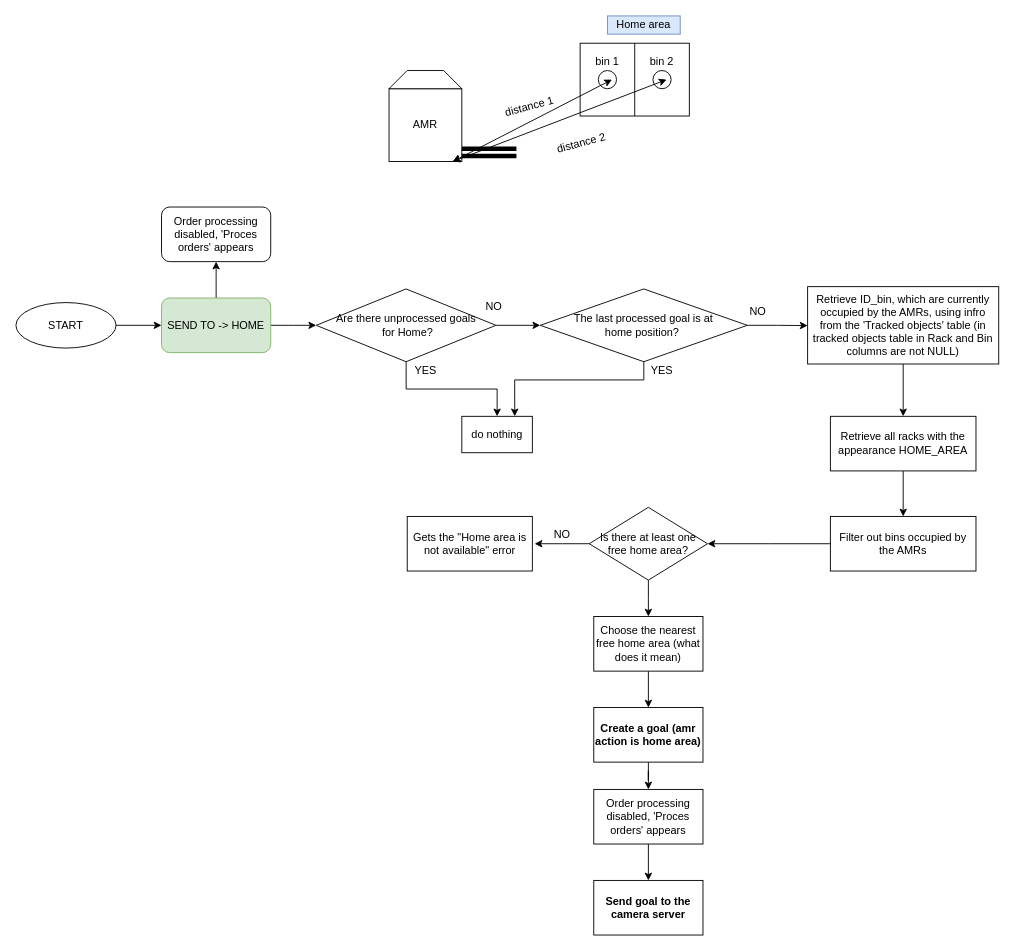
The draw.io diagram Untitled Diagram.drawio in SvitlanaKrasilchuk/test_repo, before the edit. Source tidied: cells renumbered, new cells numbered last; positions are measured from the earlier drawing's top-left corner, leaving out a move shared by most shapes. Both pictures are drawn from the tidied source at 91%, with x=0, y=0 at pixel (15, 15).
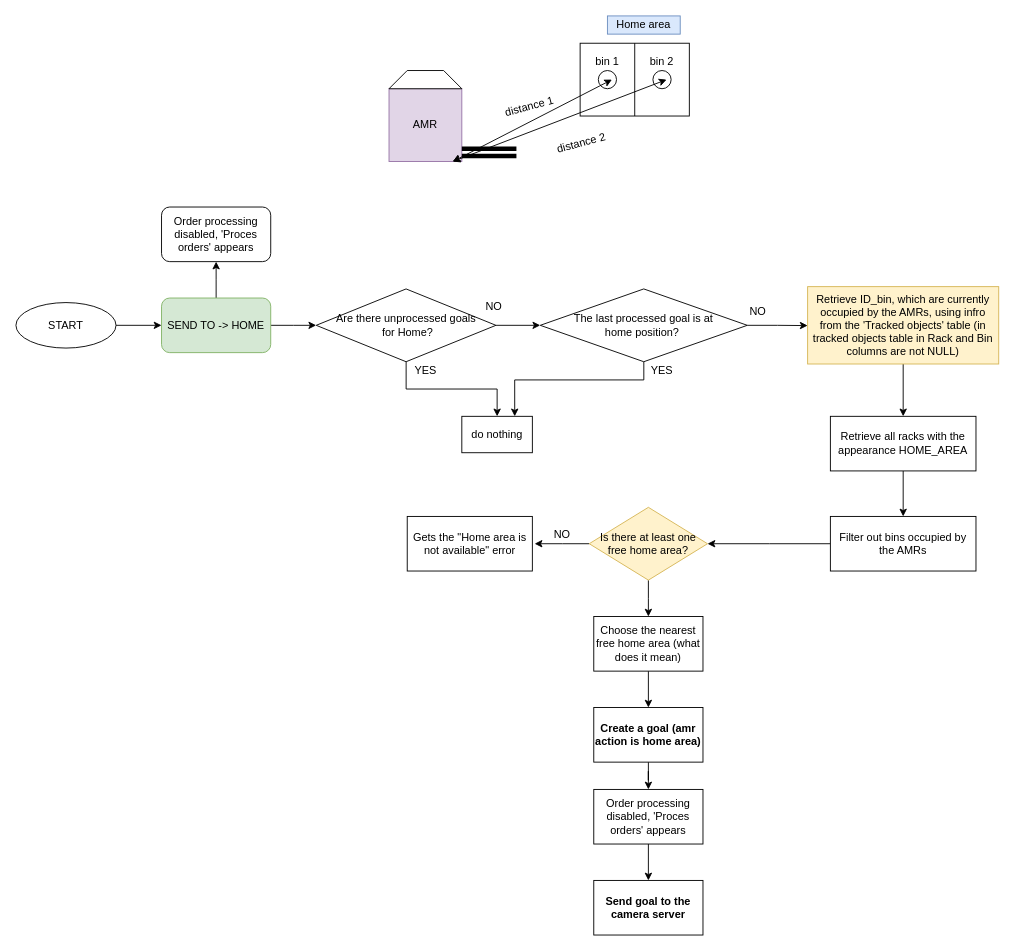
Above is the later version.

Change to the diagram source:
```diff
@@
-    <mxCell id="10" value="AMR" style="whiteSpace=wrap;html=1;" parent="1" vertex="1">
+    <mxCell id="10" value="AMR" style="whiteSpace=wrap;html=1;fillColor=#e1d5e7;strokeColor=#9673a6;" parent="1" vertex="1">
       <mxGeometry x="410" y="80" width="80" height="80" as="geometry" />
     </mxCell>
@@
-    <mxCell id="27" value="Retrieve ID_bin, which are currently occupied by the AMRs, using infro from the 'Tracked objects' table (in tracked objects table in Rack and Bin columns are not NULL)" style="whiteSpace=wrap;html=1;rounded=0;" parent="1" vertex="1">
+    <mxCell id="27" value="Retrieve ID_bin, which are currently occupied by the AMRs, using infro from the 'Tracked objects' table (in tracked objects table in Rack and Bin columns are not NULL)" style="whiteSpace=wrap;html=1;rounded=0;fillColor=#fff2cc;strokeColor=#d6b656;" parent="1" vertex="1">
       <mxGeometry x="870" y="297.5" width="210" height="85" as="geometry" />
     </mxCell>
@@
-    <mxCell id="34" value="Is there at least one free home area?" style="rhombus;whiteSpace=wrap;html=1;" parent="1" vertex="1">
+    <mxCell id="34" value="Is there at least one free home area?" style="rhombus;whiteSpace=wrap;html=1;fillColor=#fff2cc;strokeColor=#d6b656;" parent="1" vertex="1">
       <mxGeometry x="630" y="540" width="130" height="80" as="geometry" />
     </mxCell>
```
